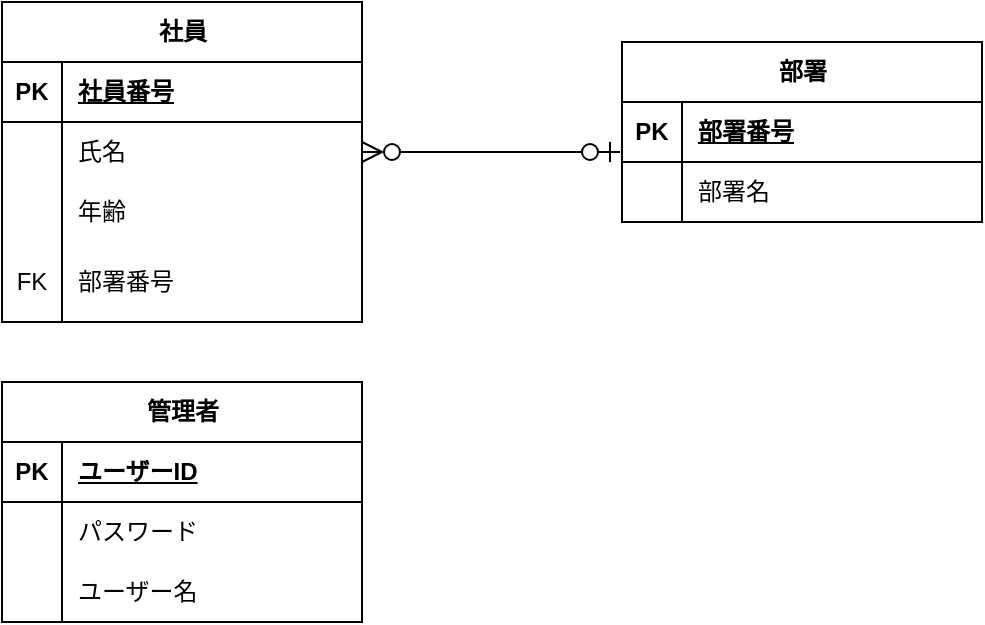
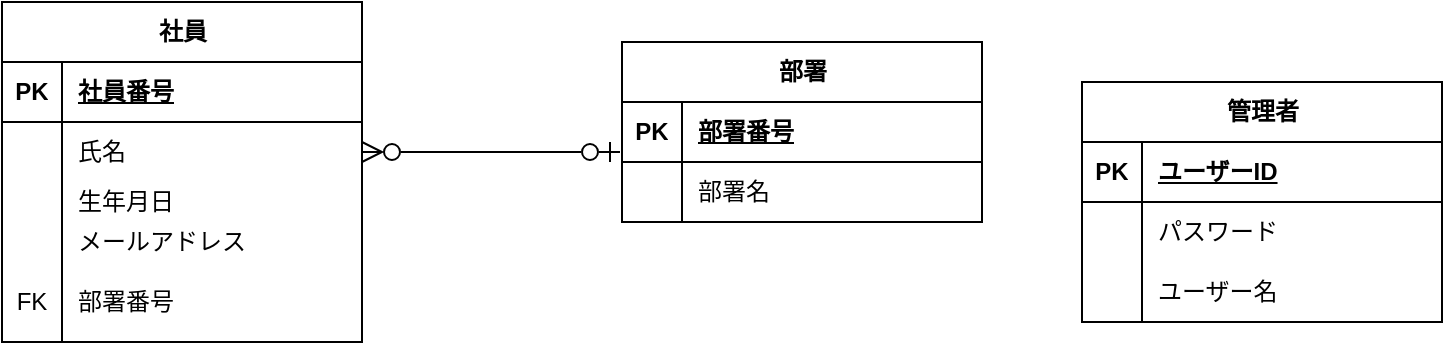
<mxfile host="app.diagrams.net">
  <diagram id="mJ5Ov_-e0SfKW5pMIL9z" name="ページ-1">
    <mxGraphModel dx="880" dy="451" grid="1" gridSize="10" guides="1" tooltips="1" connect="1" arrows="1" fold="1" page="1" pageScale="1" pageWidth="827" pageHeight="1169" background="#FFFFFF" math="0" shadow="0">
      <root>
        <mxCell id="0" />
        <mxCell id="1" parent="0" />
        <mxCell id="baOKYuQ9enQUuJOYEfsa-1" parent="1" style="shape=table;startSize=30;container=1;collapsible=1;childLayout=tableLayout;fixedRows=1;rowLines=0;fontStyle=1;align=center;resizeLast=1;html=1;" value="社員" vertex="1">
-           <mxGeometry height="160" width="180" x="60" y="100" as="geometry">
+           <mxGeometry height="170" width="180" x="60" y="100" as="geometry">
            <mxRectangle height="30" width="70" x="50" y="100" as="alternateBounds" />
          </mxGeometry>
        </mxCell>
        <mxCell id="baOKYuQ9enQUuJOYEfsa-2" parent="baOKYuQ9enQUuJOYEfsa-1" style="shape=tableRow;horizontal=0;startSize=0;swimlaneHead=0;swimlaneBody=0;fillColor=none;collapsible=0;dropTarget=0;points=[[0,0.5],[1,0.5]];portConstraint=eastwest;top=0;left=0;right=0;bottom=1;" value="" vertex="1">
          <mxGeometry height="30" width="180" y="30" as="geometry" />
        </mxCell>
        <mxCell id="baOKYuQ9enQUuJOYEfsa-3" parent="baOKYuQ9enQUuJOYEfsa-2" style="shape=partialRectangle;connectable=0;fillColor=none;top=0;left=0;bottom=0;right=0;fontStyle=1;overflow=hidden;whiteSpace=wrap;html=1;" value="PK" vertex="1">
          <mxGeometry height="30" width="30" as="geometry">
            <mxRectangle height="30" width="30" as="alternateBounds" />
          </mxGeometry>
        </mxCell>
        <mxCell id="baOKYuQ9enQUuJOYEfsa-4" parent="baOKYuQ9enQUuJOYEfsa-2" style="shape=partialRectangle;connectable=0;fillColor=none;top=0;left=0;bottom=0;right=0;align=left;spacingLeft=6;fontStyle=5;overflow=hidden;whiteSpace=wrap;html=1;" value="社員番号" vertex="1">
          <mxGeometry height="30" width="150" x="30" as="geometry">
            <mxRectangle height="30" width="150" as="alternateBounds" />
          </mxGeometry>
        </mxCell>
        <mxCell id="baOKYuQ9enQUuJOYEfsa-5" parent="baOKYuQ9enQUuJOYEfsa-1" style="shape=tableRow;horizontal=0;startSize=0;swimlaneHead=0;swimlaneBody=0;fillColor=none;collapsible=0;dropTarget=0;points=[[0,0.5],[1,0.5]];portConstraint=eastwest;top=0;left=0;right=0;bottom=0;" value="" vertex="1">
          <mxGeometry height="30" width="180" y="60" as="geometry" />
        </mxCell>
        <mxCell id="baOKYuQ9enQUuJOYEfsa-6" parent="baOKYuQ9enQUuJOYEfsa-5" style="shape=partialRectangle;connectable=0;fillColor=none;top=0;left=0;bottom=0;right=0;editable=1;overflow=hidden;whiteSpace=wrap;html=1;" value="" vertex="1">
          <mxGeometry height="30" width="30" as="geometry">
            <mxRectangle height="30" width="30" as="alternateBounds" />
          </mxGeometry>
        </mxCell>
        <mxCell id="baOKYuQ9enQUuJOYEfsa-7" parent="baOKYuQ9enQUuJOYEfsa-5" style="shape=partialRectangle;connectable=0;fillColor=none;top=0;left=0;bottom=0;right=0;align=left;spacingLeft=6;overflow=hidden;whiteSpace=wrap;html=1;" value="氏名" vertex="1">
          <mxGeometry height="30" width="150" x="30" as="geometry">
            <mxRectangle height="30" width="150" as="alternateBounds" />
          </mxGeometry>
        </mxCell>
        <mxCell id="Omrh5Lhre5R6qBSb7l3Y-1" parent="baOKYuQ9enQUuJOYEfsa-1" style="shape=tableRow;horizontal=0;startSize=0;swimlaneHead=0;swimlaneBody=0;fillColor=none;collapsible=0;dropTarget=0;points=[[0,0.5],[1,0.5]];portConstraint=eastwest;top=0;left=0;right=0;bottom=0;" vertex="1">
-           <mxGeometry height="30" width="180" y="90" as="geometry" />
+           <mxGeometry height="20" width="180" y="90" as="geometry" />
        </mxCell>
        <mxCell id="Omrh5Lhre5R6qBSb7l3Y-2" parent="Omrh5Lhre5R6qBSb7l3Y-1" style="shape=partialRectangle;connectable=0;fillColor=none;top=0;left=0;bottom=0;right=0;editable=1;overflow=hidden;whiteSpace=wrap;html=1;" vertex="1">
-           <mxGeometry height="30" width="30" as="geometry">
-             <mxRectangle height="30" width="30" as="alternateBounds" />
+           <mxGeometry height="20" width="30" as="geometry">
+             <mxRectangle height="20" width="30" as="alternateBounds" />
          </mxGeometry>
        </mxCell>
-         <mxCell id="Omrh5Lhre5R6qBSb7l3Y-3" parent="Omrh5Lhre5R6qBSb7l3Y-1" style="shape=partialRectangle;connectable=0;fillColor=none;top=0;left=0;bottom=0;right=0;align=left;spacingLeft=6;overflow=hidden;whiteSpace=wrap;html=1;" value="年齢" vertex="1">
-           <mxGeometry height="30" width="150" x="30" as="geometry">
-             <mxRectangle height="30" width="150" as="alternateBounds" />
+         <mxCell id="Omrh5Lhre5R6qBSb7l3Y-3" parent="Omrh5Lhre5R6qBSb7l3Y-1" style="shape=partialRectangle;connectable=0;fillColor=none;top=0;left=0;bottom=0;right=0;align=left;spacingLeft=6;overflow=hidden;whiteSpace=wrap;html=1;" value="生年月日" vertex="1">
+           <mxGeometry height="20" width="150" x="30" as="geometry">
+             <mxRectangle height="20" width="150" as="alternateBounds" />
+           </mxGeometry>
+         </mxCell>
+         <mxCell id="kTRncwb1Y8GeKkKUPlEf-1" parent="baOKYuQ9enQUuJOYEfsa-1" style="shape=tableRow;horizontal=0;startSize=0;swimlaneHead=0;swimlaneBody=0;fillColor=none;collapsible=0;dropTarget=0;points=[[0,0.5],[1,0.5]];portConstraint=eastwest;top=0;left=0;right=0;bottom=0;" vertex="1">
+           <mxGeometry height="20" width="180" y="110" as="geometry" />
+         </mxCell>
+         <mxCell id="kTRncwb1Y8GeKkKUPlEf-2" parent="kTRncwb1Y8GeKkKUPlEf-1" style="shape=partialRectangle;connectable=0;fillColor=none;top=0;left=0;bottom=0;right=0;editable=1;overflow=hidden;whiteSpace=wrap;html=1;" vertex="1">
+           <mxGeometry height="20" width="30" as="geometry">
+             <mxRectangle height="20" width="30" as="alternateBounds" />
+           </mxGeometry>
+         </mxCell>
+         <mxCell id="kTRncwb1Y8GeKkKUPlEf-3" parent="kTRncwb1Y8GeKkKUPlEf-1" style="shape=partialRectangle;connectable=0;fillColor=none;top=0;left=0;bottom=0;right=0;align=left;spacingLeft=6;overflow=hidden;whiteSpace=wrap;html=1;" value="メールアドレス" vertex="1">
+           <mxGeometry height="20" width="150" x="30" as="geometry">
+             <mxRectangle height="20" width="150" as="alternateBounds" />
          </mxGeometry>
        </mxCell>
        <mxCell id="baOKYuQ9enQUuJOYEfsa-11" parent="baOKYuQ9enQUuJOYEfsa-1" style="shape=tableRow;horizontal=0;startSize=0;swimlaneHead=0;swimlaneBody=0;fillColor=none;collapsible=0;dropTarget=0;points=[[0,0.5],[1,0.5]];portConstraint=eastwest;top=0;left=0;right=0;bottom=0;" value="" vertex="1">
-           <mxGeometry height="40" width="180" y="120" as="geometry" />
+           <mxGeometry height="40" width="180" y="130" as="geometry" />
        </mxCell>
        <mxCell id="baOKYuQ9enQUuJOYEfsa-12" parent="baOKYuQ9enQUuJOYEfsa-11" style="shape=partialRectangle;connectable=0;fillColor=none;top=0;left=0;bottom=0;right=0;editable=1;overflow=hidden;whiteSpace=wrap;html=1;" value="FK" vertex="1">
          <mxGeometry height="40" width="30" as="geometry">
            <mxRectangle height="40" width="30" as="alternateBounds" />
          </mxGeometry>
        </mxCell>
        <mxCell id="baOKYuQ9enQUuJOYEfsa-13" parent="baOKYuQ9enQUuJOYEfsa-11" style="shape=partialRectangle;connectable=0;fillColor=none;top=0;left=0;bottom=0;right=0;align=left;spacingLeft=6;overflow=hidden;whiteSpace=wrap;html=1;" value="部署番号" vertex="1">
          <mxGeometry height="40" width="150" x="30" as="geometry">
            <mxRectangle height="40" width="150" as="alternateBounds" />
          </mxGeometry>
        </mxCell>
        <mxCell id="baOKYuQ9enQUuJOYEfsa-21" parent="1" style="shape=table;startSize=30;container=1;collapsible=1;childLayout=tableLayout;fixedRows=1;rowLines=0;fontStyle=1;align=center;resizeLast=1;html=1;" value="部署" vertex="1">
          <mxGeometry height="90" width="180" x="370" y="120" as="geometry" />
        </mxCell>
        <mxCell id="baOKYuQ9enQUuJOYEfsa-22" parent="baOKYuQ9enQUuJOYEfsa-21" style="shape=tableRow;horizontal=0;startSize=0;swimlaneHead=0;swimlaneBody=0;fillColor=none;collapsible=0;dropTarget=0;points=[[0,0.5],[1,0.5]];portConstraint=eastwest;top=0;left=0;right=0;bottom=1;" value="" vertex="1">
          <mxGeometry height="30" width="180" y="30" as="geometry" />
        </mxCell>
        <mxCell id="baOKYuQ9enQUuJOYEfsa-23" parent="baOKYuQ9enQUuJOYEfsa-22" style="shape=partialRectangle;connectable=0;fillColor=none;top=0;left=0;bottom=0;right=0;fontStyle=1;overflow=hidden;whiteSpace=wrap;html=1;" value="PK" vertex="1">
          <mxGeometry height="30" width="30" as="geometry">
            <mxRectangle height="30" width="30" as="alternateBounds" />
          </mxGeometry>
        </mxCell>
        <mxCell id="baOKYuQ9enQUuJOYEfsa-24" parent="baOKYuQ9enQUuJOYEfsa-22" style="shape=partialRectangle;connectable=0;fillColor=none;top=0;left=0;bottom=0;right=0;align=left;spacingLeft=6;fontStyle=5;overflow=hidden;whiteSpace=wrap;html=1;" value="部署番号" vertex="1">
          <mxGeometry height="30" width="150" x="30" as="geometry">
            <mxRectangle height="30" width="150" as="alternateBounds" />
          </mxGeometry>
        </mxCell>
        <mxCell id="baOKYuQ9enQUuJOYEfsa-25" parent="baOKYuQ9enQUuJOYEfsa-21" style="shape=tableRow;horizontal=0;startSize=0;swimlaneHead=0;swimlaneBody=0;fillColor=none;collapsible=0;dropTarget=0;points=[[0,0.5],[1,0.5]];portConstraint=eastwest;top=0;left=0;right=0;bottom=0;" value="" vertex="1">
          <mxGeometry height="30" width="180" y="60" as="geometry" />
        </mxCell>
        <mxCell id="baOKYuQ9enQUuJOYEfsa-26" parent="baOKYuQ9enQUuJOYEfsa-25" style="shape=partialRectangle;connectable=0;fillColor=none;top=0;left=0;bottom=0;right=0;editable=1;overflow=hidden;whiteSpace=wrap;html=1;" value="" vertex="1">
          <mxGeometry height="30" width="30" as="geometry">
            <mxRectangle height="30" width="30" as="alternateBounds" />
          </mxGeometry>
        </mxCell>
        <mxCell id="baOKYuQ9enQUuJOYEfsa-27" parent="baOKYuQ9enQUuJOYEfsa-25" style="shape=partialRectangle;connectable=0;fillColor=none;top=0;left=0;bottom=0;right=0;align=left;spacingLeft=6;overflow=hidden;whiteSpace=wrap;html=1;" value="部署名" vertex="1">
          <mxGeometry height="30" width="150" x="30" as="geometry">
            <mxRectangle height="30" width="150" as="alternateBounds" />
          </mxGeometry>
        </mxCell>
        <mxCell id="baOKYuQ9enQUuJOYEfsa-35" edge="1" parent="1" style="fontSize=12;html=1;endArrow=ERzeroToMany;rounded=0;startSize=8;endSize=8;entryX=1;entryY=0.5;entryDx=0;entryDy=0;startArrow=ERzeroToOne;startFill=0;endFill=0;" target="baOKYuQ9enQUuJOYEfsa-5" value="">
          <mxGeometry height="100" relative="1" width="100" as="geometry">
            <mxPoint x="369" y="175" as="sourcePoint" />
            <mxPoint x="340" y="190" as="targetPoint" />
          </mxGeometry>
        </mxCell>
        <mxCell id="Omrh5Lhre5R6qBSb7l3Y-4" parent="1" style="shape=table;startSize=30;container=1;collapsible=1;childLayout=tableLayout;fixedRows=1;rowLines=0;fontStyle=1;align=center;resizeLast=1;html=1;" value="管理者" vertex="1">
-           <mxGeometry height="120" width="180" x="60" y="290" as="geometry">
+           <mxGeometry height="120" width="180" x="600" y="140" as="geometry">
            <mxRectangle height="30" width="70" x="50" y="100" as="alternateBounds" />
          </mxGeometry>
        </mxCell>
        <mxCell id="Omrh5Lhre5R6qBSb7l3Y-5" parent="Omrh5Lhre5R6qBSb7l3Y-4" style="shape=tableRow;horizontal=0;startSize=0;swimlaneHead=0;swimlaneBody=0;fillColor=none;collapsible=0;dropTarget=0;points=[[0,0.5],[1,0.5]];portConstraint=eastwest;top=0;left=0;right=0;bottom=1;" value="" vertex="1">
          <mxGeometry height="30" width="180" y="30" as="geometry" />
        </mxCell>
        <mxCell id="Omrh5Lhre5R6qBSb7l3Y-6" parent="Omrh5Lhre5R6qBSb7l3Y-5" style="shape=partialRectangle;connectable=0;fillColor=none;top=0;left=0;bottom=0;right=0;fontStyle=1;overflow=hidden;whiteSpace=wrap;html=1;" value="PK" vertex="1">
          <mxGeometry height="30" width="30" as="geometry">
            <mxRectangle height="30" width="30" as="alternateBounds" />
          </mxGeometry>
        </mxCell>
        <mxCell id="Omrh5Lhre5R6qBSb7l3Y-7" parent="Omrh5Lhre5R6qBSb7l3Y-5" style="shape=partialRectangle;connectable=0;fillColor=none;top=0;left=0;bottom=0;right=0;align=left;spacingLeft=6;fontStyle=5;overflow=hidden;whiteSpace=wrap;html=1;" value="ユーザーID" vertex="1">
          <mxGeometry height="30" width="150" x="30" as="geometry">
            <mxRectangle height="30" width="150" as="alternateBounds" />
          </mxGeometry>
        </mxCell>
        <mxCell id="Omrh5Lhre5R6qBSb7l3Y-8" parent="Omrh5Lhre5R6qBSb7l3Y-4" style="shape=tableRow;horizontal=0;startSize=0;swimlaneHead=0;swimlaneBody=0;fillColor=none;collapsible=0;dropTarget=0;points=[[0,0.5],[1,0.5]];portConstraint=eastwest;top=0;left=0;right=0;bottom=0;" value="" vertex="1">
          <mxGeometry height="30" width="180" y="60" as="geometry" />
        </mxCell>
        <mxCell id="Omrh5Lhre5R6qBSb7l3Y-9" parent="Omrh5Lhre5R6qBSb7l3Y-8" style="shape=partialRectangle;connectable=0;fillColor=none;top=0;left=0;bottom=0;right=0;editable=1;overflow=hidden;whiteSpace=wrap;html=1;" value="" vertex="1">
          <mxGeometry height="30" width="30" as="geometry">
            <mxRectangle height="30" width="30" as="alternateBounds" />
          </mxGeometry>
        </mxCell>
        <mxCell id="Omrh5Lhre5R6qBSb7l3Y-10" parent="Omrh5Lhre5R6qBSb7l3Y-8" style="shape=partialRectangle;connectable=0;fillColor=none;top=0;left=0;bottom=0;right=0;align=left;spacingLeft=6;overflow=hidden;whiteSpace=wrap;html=1;" value="パスワード" vertex="1">
          <mxGeometry height="30" width="150" x="30" as="geometry">
            <mxRectangle height="30" width="150" as="alternateBounds" />
          </mxGeometry>
        </mxCell>
        <mxCell id="Omrh5Lhre5R6qBSb7l3Y-11" parent="Omrh5Lhre5R6qBSb7l3Y-4" style="shape=tableRow;horizontal=0;startSize=0;swimlaneHead=0;swimlaneBody=0;fillColor=none;collapsible=0;dropTarget=0;points=[[0,0.5],[1,0.5]];portConstraint=eastwest;top=0;left=0;right=0;bottom=0;" vertex="1">
          <mxGeometry height="30" width="180" y="90" as="geometry" />
        </mxCell>
        <mxCell id="Omrh5Lhre5R6qBSb7l3Y-12" parent="Omrh5Lhre5R6qBSb7l3Y-11" style="shape=partialRectangle;connectable=0;fillColor=none;top=0;left=0;bottom=0;right=0;editable=1;overflow=hidden;whiteSpace=wrap;html=1;" vertex="1">
          <mxGeometry height="30" width="30" as="geometry">
            <mxRectangle height="30" width="30" as="alternateBounds" />
          </mxGeometry>
        </mxCell>
        <mxCell id="Omrh5Lhre5R6qBSb7l3Y-13" parent="Omrh5Lhre5R6qBSb7l3Y-11" style="shape=partialRectangle;connectable=0;fillColor=none;top=0;left=0;bottom=0;right=0;align=left;spacingLeft=6;overflow=hidden;whiteSpace=wrap;html=1;" value="ユーザー名" vertex="1">
          <mxGeometry height="30" width="150" x="30" as="geometry">
            <mxRectangle height="30" width="150" as="alternateBounds" />
          </mxGeometry>
        </mxCell>
      </root>
    </mxGraphModel>
  </diagram>
</mxfile>
